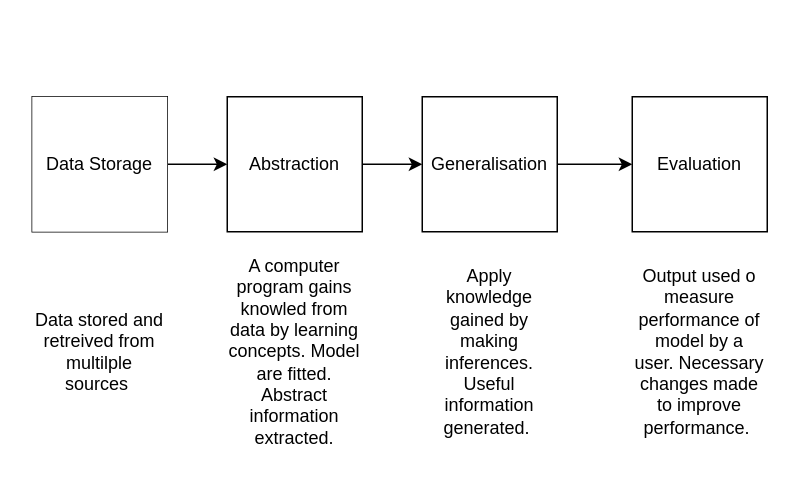
This is Untitled Diagram.drawio from kechcole/Flow-Chart-Diagrams, a draw.io file, before an edit. Source tidied: cells renumbered, new cells numbered last; positions are measured from the earlier drawing's top-left corner, leaving out a move shared by most shapes. Both pictures are drawn from the tidied source at 150%, with x=0, y=0 at pixel (32, 96).
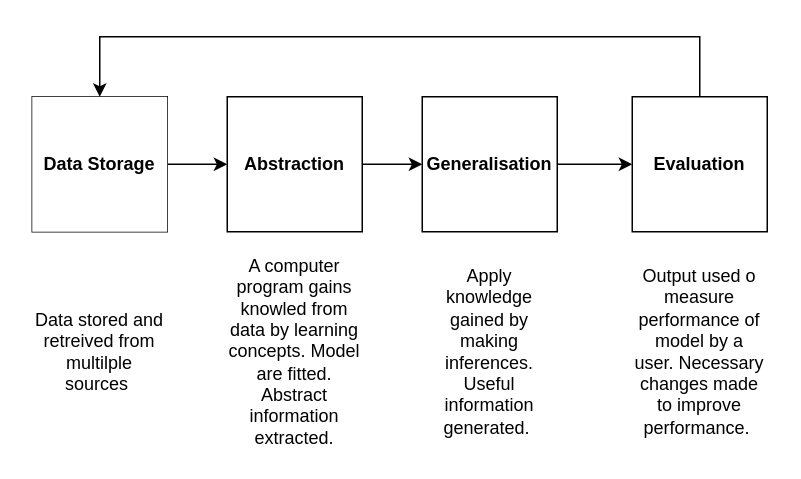
The same diagram, later.

Change to the diagram source:
```diff
@@
 <mxGraphModel>
   <root>
     <mxCell id="0" />
     <mxCell id="1" parent="0" />
     <mxCell id="2" style="edgeStyle=orthogonalEdgeStyle;rounded=0;jettySize=auto;html=1;" parent="1" edge="1" source="3" target="5">
       <mxGeometry relative="1" as="geometry" />
     </mxCell>
     <mxCell id="3" style="whiteSpace=wrap;html=1;" parent="1" vertex="1">
       <mxGeometry width="90" height="90" as="geometry" />
     </mxCell>
     <mxCell id="4" style="edgeStyle=orthogonalEdgeStyle;rounded=0;jettySize=auto;html=1;" parent="1" edge="1" source="5" target="7">
       <mxGeometry relative="1" as="geometry" />
     </mxCell>
     <mxCell id="5" style="whiteSpace=wrap;html=1;" parent="1" vertex="1">
       <mxGeometry x="130" width="90" height="90" as="geometry" />
     </mxCell>
     <mxCell id="6" style="edgeStyle=orthogonalEdgeStyle;rounded=0;jettySize=auto;html=1;" parent="1" edge="1" source="7" target="8">
       <mxGeometry relative="1" as="geometry" />
     </mxCell>
     <mxCell id="7" style="whiteSpace=wrap;html=1;" parent="1" vertex="1">
       <mxGeometry x="260" width="90" height="90" as="geometry" />
     </mxCell>
     <mxCell id="8" style="whiteSpace=wrap;html=1;" parent="1" vertex="1">
       <mxGeometry x="400" width="90" height="90" as="geometry" />
     </mxCell>
-    <mxCell id="9" value="Data Storage" style="text;html=1;align=center;verticalAlign=middle;whiteSpace=wrap;rounded=0;fillColor=default;" parent="1" vertex="1">
+    <mxCell id="9" value="Data Storage" style="text;html=1;align=center;verticalAlign=middle;whiteSpace=wrap;rounded=0;fillColor=default;fontStyle=1;" parent="1" vertex="1">
       <mxGeometry width="90" height="90" as="geometry" />
     </mxCell>
-    <mxCell id="10" value="Abstraction" style="text;html=1;align=center;verticalAlign=middle;whiteSpace=wrap;rounded=0;" parent="1" vertex="1">
+    <mxCell id="10" value="Abstraction" style="text;html=1;align=center;verticalAlign=middle;whiteSpace=wrap;rounded=0;fontStyle=1;" parent="1" vertex="1">
       <mxGeometry x="130" width="90" height="90" as="geometry" />
     </mxCell>
+    <mxCell id="17" style="edgeStyle=orthogonalEdgeStyle;rounded=0;jettySize=auto;html=1;exitX=0.5;exitY=0;exitDx=0;exitDy=0;entryX=0.5;entryY=0;entryDx=0;entryDy=0;" parent="1" edge="1" source="11" target="9">
+      <mxGeometry relative="1" as="geometry">
+        <Array as="points">
+          <mxPoint x="445" y="-40" />
+          <mxPoint x="45" y="-40" />
+        </Array>
+      </mxGeometry>
+    </mxCell>
-    <mxCell id="11" value="Evaluation" style="text;html=1;align=center;verticalAlign=middle;whiteSpace=wrap;rounded=0;" parent="1" vertex="1">
+    <mxCell id="11" value="Evaluation" style="text;html=1;align=center;verticalAlign=middle;whiteSpace=wrap;rounded=0;fontStyle=1;" parent="1" vertex="1">
       <mxGeometry x="400" width="90" height="90" as="geometry" />
     </mxCell>
-    <mxCell id="12" value="Generalisation" style="text;html=1;align=center;verticalAlign=middle;whiteSpace=wrap;rounded=0;" parent="1" vertex="1">
+    <mxCell id="12" value="Generalisation" style="text;html=1;align=center;verticalAlign=middle;whiteSpace=wrap;rounded=0;fontStyle=1;" parent="1" vertex="1">
       <mxGeometry x="260" width="90" height="90" as="geometry" />
     </mxCell>
     <mxCell id="13" value="Data stored and retreived from multilple sources&amp;nbsp;" style="text;html=1;align=center;verticalAlign=middle;whiteSpace=wrap;rounded=0;shadow=1;perimeterSpacing=1;opacity=60;" parent="1" vertex="1">
       <mxGeometry y="110" width="90" height="120" as="geometry" />
     </mxCell>
     <mxCell id="14" value="A computer program gains knowled from data by learning concepts. Model are fitted. Abstract information extracted." style="text;html=1;align=center;verticalAlign=middle;whiteSpace=wrap;rounded=0;shadow=1;perimeterSpacing=1;opacity=60;" parent="1" vertex="1">
       <mxGeometry x="130" y="110" width="90" height="120" as="geometry" />
     </mxCell>
     <mxCell id="15" value="Output used o measure performance of model by a user. Necessary changes made to improve performance.&lt;span style=&quot;background-color: initial;&quot;&gt;&amp;nbsp;&lt;/span&gt;" style="text;html=1;align=center;verticalAlign=middle;whiteSpace=wrap;rounded=0;shadow=1;perimeterSpacing=1;opacity=60;" parent="1" vertex="1">
       <mxGeometry x="400" y="110" width="90" height="120" as="geometry" />
     </mxCell>
     <mxCell id="16" value="Apply knowledge gained by making inferences. Useful information generated.&amp;nbsp;" style="text;html=1;align=center;verticalAlign=middle;whiteSpace=wrap;rounded=0;shadow=1;perimeterSpacing=1;opacity=60;" parent="1" vertex="1">
       <mxGeometry x="260" y="110" width="90" height="120" as="geometry" />
     </mxCell>
   </root>
 </mxGraphModel>
```
